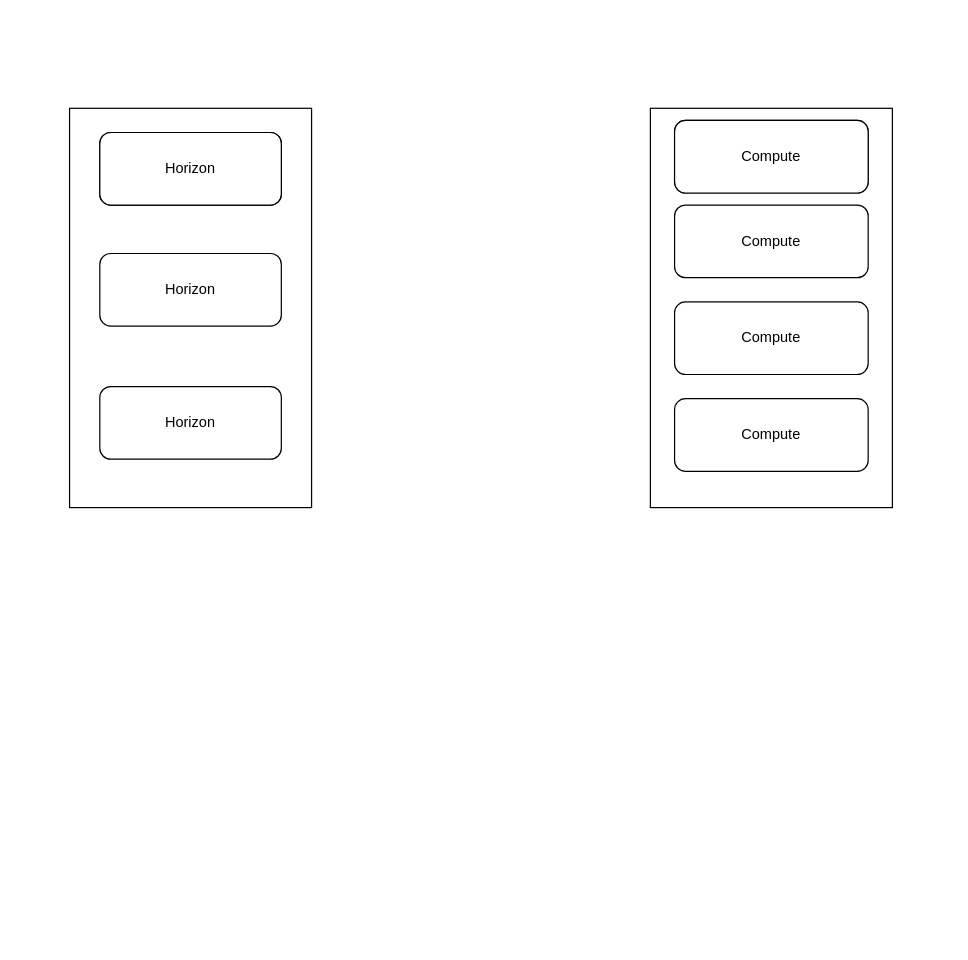
trivedivishal987/test keeps this draw.io diagram as Untitled Diagram.drawio. Above is the earlier version. Source tidied: cells renumbered, new cells numbered last; positions are measured from the earlier drawing's top-left corner, leaving out a move shared by most shapes. Both pictures are drawn from the tidied source at 121%, with x=0, y=0 at pixel (69, 108).
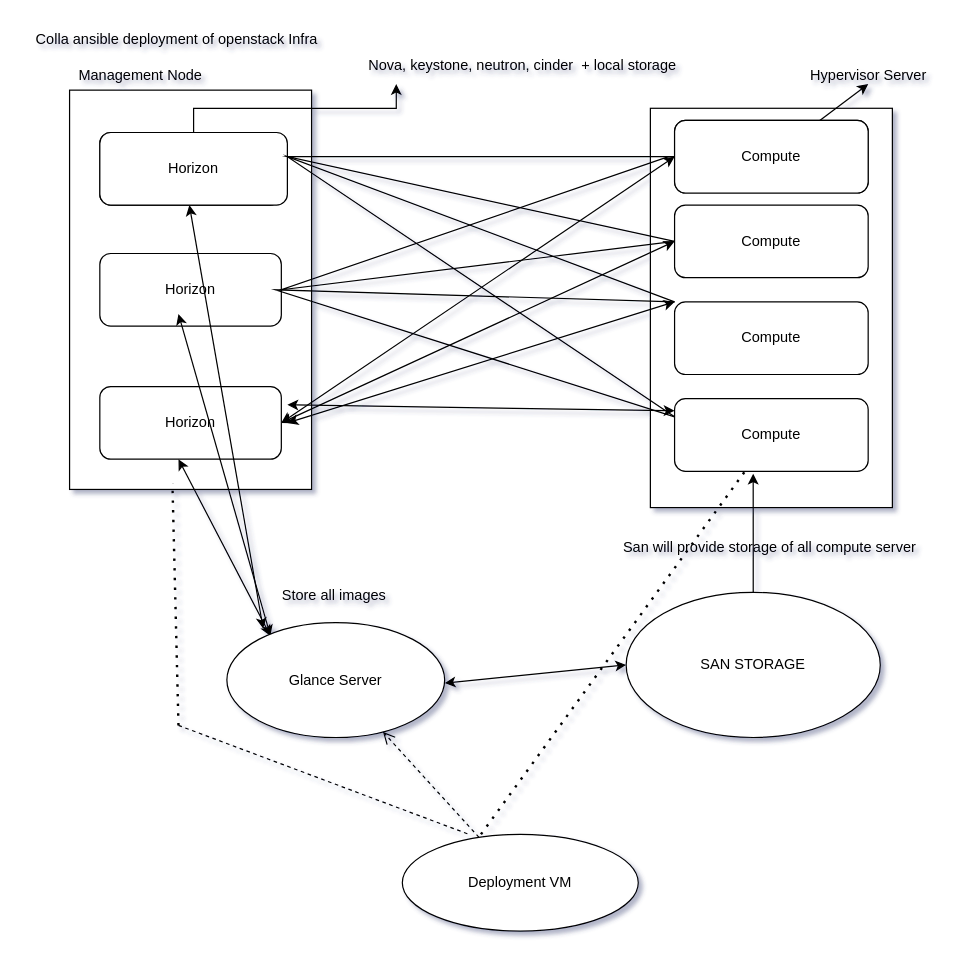
Above is the later version.

Unchanged cells that the change refers to:
```xml
<mxCell id="9" value="Compute" style="rounded=1;whiteSpace=wrap;html=1;" parent="1" vertex="1">
  <mxGeometry x="500" y="10" width="160" height="60" as="geometry" />
</mxCell>
<mxCell id="10" value="Compute" style="rounded=1;whiteSpace=wrap;html=1;" parent="1" vertex="1">
  <mxGeometry x="500" y="80" width="160" height="60" as="geometry" />
</mxCell>
<mxCell id="11" value="Compute" style="rounded=1;whiteSpace=wrap;html=1;" parent="1" vertex="1">
  <mxGeometry x="500" y="160" width="160" height="60" as="geometry" />
</mxCell>
<mxCell id="12" value="Compute" style="rounded=1;whiteSpace=wrap;html=1;" parent="1" vertex="1">
  <mxGeometry x="500" y="240" width="160" height="60" as="geometry" />
</mxCell>
```

Change to the diagram source:
```diff
@@
-<mxGraphModel>
+<mxGraphModel shadow="1">
@@
     <mxCell id="2" style="rounded=0;whiteSpace=wrap;html=1;" parent="1" vertex="1">
-      <mxGeometry width="200" height="330" as="geometry" />
+      <mxGeometry y="-15" width="200" height="330" as="geometry" />
     </mxCell>
@@
+    <mxCell id="13" style="edgeStyle=elbowEdgeStyle;rounded=0;jettySize=auto;elbow=vertical;html=1;exitX=0.5;exitY=0;exitDx=0;exitDy=0;" parent="1" edge="1" source="4">
+      <mxGeometry relative="1" as="geometry">
+        <mxPoint x="270" y="-20" as="targetPoint" />
+      </mxGeometry>
+    </mxCell>
     <mxCell id="4" value="Horizon" style="rounded=1;whiteSpace=wrap;html=1;" parent="1" vertex="1">
-      <mxGeometry x="25" y="20" width="150" height="60" as="geometry" />
+      <mxGeometry x="25" y="20" width="155" height="60" as="geometry" />
     </mxCell>
@@
+    <mxCell id="14" style="endArrow=none;html=1;rounded=0;entryX=0;entryY=0.5;entryDx=0;entryDy=0;exitX=0;exitY=0.5;exitDx=0;exitDy=0;" parent="1" edge="1" source="10" target="9">
+      <mxGeometry relative="1" as="geometry">
+        <Array as="points">
+          <mxPoint x="180" y="40" />
+        </Array>
+      </mxGeometry>
+    </mxCell>
+    <mxCell id="15" style="endArrow=none;html=1;rounded=0;exitX=0;exitY=0.25;exitDx=0;exitDy=0;" parent="1" edge="1" source="12" target="11">
+      <mxGeometry relative="1" as="geometry">
+        <Array as="points">
+          <mxPoint x="180" y="40" />
+        </Array>
+      </mxGeometry>
+    </mxCell>
+    <mxCell id="16" style="endArrow=none;html=1;rounded=0;exitX=0;exitY=0.5;exitDx=0;exitDy=0;" parent="1" edge="1" source="10">
+      <mxGeometry relative="1" as="geometry">
+        <mxPoint x="495" y="40" as="targetPoint" />
+        <Array as="points">
+          <mxPoint x="175" y="150" />
+        </Array>
+      </mxGeometry>
+    </mxCell>
+    <mxCell id="17" style="endArrow=none;html=1;rounded=0;exitX=0;exitY=0.25;exitDx=0;exitDy=0;" parent="1" edge="1" source="12">
+      <mxGeometry relative="1" as="geometry">
+        <mxPoint x="500" y="160" as="targetPoint" />
+        <Array as="points">
+          <mxPoint x="170" y="150" />
+        </Array>
+      </mxGeometry>
+    </mxCell>
+    <mxCell id="18" style="endArrow=classic;startArrow=classic;html=1;rounded=0;entryX=0;entryY=0.5;entryDx=0;entryDy=0;" parent="1" edge="1" target="9">
+      <mxGeometry relative="1" as="geometry">
+        <mxPoint x="175" y="260" as="sourcePoint" />
+      </mxGeometry>
+    </mxCell>
+    <mxCell id="19" style="endArrow=classic;startArrow=classic;html=1;rounded=0;entryX=0;entryY=0.5;entryDx=0;entryDy=0;" parent="1" edge="1" target="10">
+      <mxGeometry relative="1" as="geometry">
+        <mxPoint x="175" y="260" as="sourcePoint" />
+      </mxGeometry>
+    </mxCell>
+    <mxCell id="20" style="endArrow=classic;startArrow=classic;html=1;rounded=0;entryX=0;entryY=0.5;entryDx=0;entryDy=0;" parent="1" edge="1">
+      <mxGeometry relative="1" as="geometry">
+        <mxPoint x="180" y="260" as="sourcePoint" />
+        <mxPoint x="500" y="160" as="targetPoint" />
+      </mxGeometry>
+    </mxCell>
+    <mxCell id="21" style="endArrow=classic;startArrow=classic;html=1;rounded=0;entryX=0;entryY=0.5;entryDx=0;entryDy=0;exitX=0.9;exitY=0.788;exitDx=0;exitDy=0;exitPerimeter=0;" parent="1" edge="1" source="2">
+      <mxGeometry relative="1" as="geometry">
+        <mxPoint x="500" y="250" as="targetPoint" />
+      </mxGeometry>
+    </mxCell>
+    <mxCell id="22" style="endArrow=classic;startArrow=classic;html=1;rounded=0;elbow=vertical;exitX=0.2;exitY=0.116;exitDx=0;exitDy=0;exitPerimeter=0;" parent="1" edge="1" source="35">
+      <mxGeometry relative="1" as="geometry">
+        <mxPoint x="90" y="290" as="targetPoint" />
+      </mxGeometry>
+    </mxCell>
+    <mxCell id="23" style="endArrow=classic;startArrow=classic;html=1;rounded=0;elbow=vertical;exitX=0.2;exitY=0.116;exitDx=0;exitDy=0;exitPerimeter=0;entryX=0.5;entryY=1;entryDx=0;entryDy=0;" parent="1" edge="1">
+      <mxGeometry relative="1" as="geometry">
+        <mxPoint x="166" y="436" as="sourcePoint" />
+        <mxPoint x="90" y="170" as="targetPoint" />
+      </mxGeometry>
+    </mxCell>
+    <mxCell id="24" style="endArrow=classic;startArrow=classic;html=1;rounded=0;elbow=vertical;entryX=0.5;entryY=1;entryDx=0;entryDy=0;" parent="1" edge="1">
+      <mxGeometry relative="1" as="geometry">
+        <mxPoint x="160" y="430" as="sourcePoint" />
+        <mxPoint x="99" y="80" as="targetPoint" />
+      </mxGeometry>
+    </mxCell>
+    <mxCell id="25" style="edgeStyle=elbowEdgeStyle;rounded=0;jettySize=auto;elbow=vertical;html=1;exitX=0.5;exitY=0;exitDx=0;exitDy=0;" parent="1" edge="1" source="26">
+      <mxGeometry relative="1" as="geometry">
+        <mxPoint x="565" y="400" as="targetPoint" />
+      </mxGeometry>
+    </mxCell>
+    <mxCell id="26" value="SAN STORAGE" style="ellipse;whiteSpace=wrap;html=1;" parent="1" vertex="1">
+      <mxGeometry x="460" y="400" width="210" height="120" as="geometry" />
+    </mxCell>
+    <mxCell id="27" style="endArrow=classic;startArrow=classic;html=1;rounded=0;elbow=vertical;entryX=0;entryY=0.5;entryDx=0;entryDy=0;" parent="1" edge="1" target="26">
+      <mxGeometry relative="1" as="geometry">
+        <mxPoint x="310" y="475" as="sourcePoint" />
+      </mxGeometry>
+    </mxCell>
+    <mxCell id="28" style="edgeStyle=elbowEdgeStyle;rounded=0;jettySize=auto;elbow=vertical;html=1;exitX=0.5;exitY=0;exitDx=0;exitDy=0;entryX=0.406;entryY=1.033;entryDx=0;entryDy=0;entryPerimeter=0;" parent="1" edge="1" source="26" target="12">
+      <mxGeometry relative="1" as="geometry" />
+    </mxCell>
+    <mxCell id="29" value="San will provide storage of all compute server&amp;nbsp;" style="text;html=1;align=center;verticalAlign=middle;strokeColor=none;fillColor=none;" parent="1" vertex="1">
+      <mxGeometry x="445" y="348" width="270" height="30" as="geometry" />
+    </mxCell>
+    <mxCell id="30" value="Colla ansible deployment of openstack Infra&amp;nbsp;" style="text;html=1;align=center;verticalAlign=middle;strokeColor=none;fillColor=none;" parent="1" vertex="1">
+      <mxGeometry x="-40" y="-72" width="260" height="30" as="geometry" />
+    </mxCell>
+    <mxCell id="31" value="Nova, keystone, neutron, cinder&amp;nbsp; + local storage" style="text;html=1;align=center;verticalAlign=middle;strokeColor=none;fillColor=none;" parent="1" vertex="1">
+      <mxGeometry x="234" y="-50" width="280" height="30" as="geometry" />
+    </mxCell>
+    <mxCell id="32" value="Store all images&amp;nbsp;" style="text;html=1;align=center;verticalAlign=middle;strokeColor=none;fillColor=none;" parent="1" vertex="1">
+      <mxGeometry x="165" y="388" width="110" height="30" as="geometry" />
+    </mxCell>
+    <mxCell id="33" value="Deployment VM" style="ellipse;whiteSpace=wrap;html=1;" parent="1" vertex="1">
+      <mxGeometry x="275" y="600" width="195" height="80" as="geometry" />
+    </mxCell>
+    <mxCell id="34" style="html=1;verticalAlign=bottom;endArrow=open;dashed=1;endSize=8;curved=0;rounded=0;" parent="1" edge="1" source="33" target="35">
+      <mxGeometry relative="1" as="geometry" />
+    </mxCell>
+    <mxCell id="35" value="Glance Server" style="ellipse;whiteSpace=wrap;html=1;" parent="1" vertex="1">
+      <mxGeometry x="130" y="425" width="180" height="95" as="geometry" />
+    </mxCell>
+    <mxCell id="36" style="endArrow=none;dashed=1;html=1;dashPattern=1 3;strokeWidth=2;rounded=0;" parent="1" edge="1" target="12">
+      <mxGeometry relative="1" as="geometry">
+        <mxPoint x="340" y="600" as="sourcePoint" />
+      </mxGeometry>
+    </mxCell>
+    <mxCell id="37" style="endArrow=none;dashed=1;html=1;dashPattern=1 3;strokeWidth=2;rounded=0;" parent="1" edge="1">
+      <mxGeometry relative="1" as="geometry">
+        <mxPoint x="90" y="510" as="sourcePoint" />
+        <mxPoint x="85" y="310" as="targetPoint" />
+      </mxGeometry>
+    </mxCell>
+    <mxCell id="38" style="endArrow=none;dashed=1;html=1;rounded=0;" parent="1" edge="1">
+      <mxGeometry relative="1" as="geometry">
+        <mxPoint x="90" y="510" as="sourcePoint" />
+        <mxPoint x="330" y="600" as="targetPoint" />
+      </mxGeometry>
+    </mxCell>
+    <mxCell id="39" value="Hypervisor Server" style="text;html=1;align=center;verticalAlign=middle;strokeColor=none;fillColor=none;" parent="1" vertex="1">
+      <mxGeometry x="600" y="-42" width="120" height="30" as="geometry" />
+    </mxCell>
+    <mxCell id="40" style="endArrow=classic;html=1;rounded=0;" parent="1" edge="1" source="9">
+      <mxGeometry relative="1" as="geometry">
+        <mxPoint x="660" y="-20" as="targetPoint" />
+        <Array as="points">
+          <mxPoint x="660" y="-20" />
+        </Array>
+      </mxGeometry>
+    </mxCell>
+    <mxCell id="41" value="Management Node&amp;nbsp;" style="text;html=1;align=center;verticalAlign=middle;strokeColor=none;fillColor=none;" parent="1" vertex="1">
+      <mxGeometry x="-5" y="-42" width="130" height="30" as="geometry" />
+    </mxCell>
```
